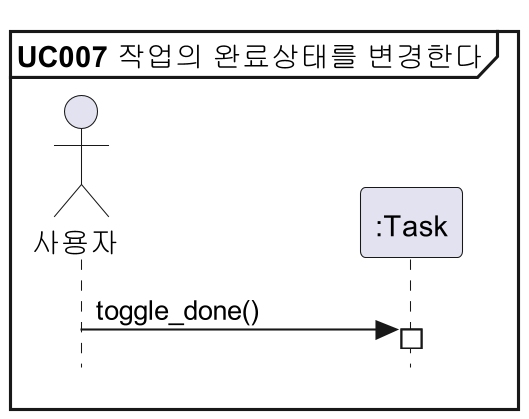
Earlier version of the PlantUML export docs/설계명세서/images/seq_diag/uc007.png (parkchamchi/SoftwareEngineering2023).
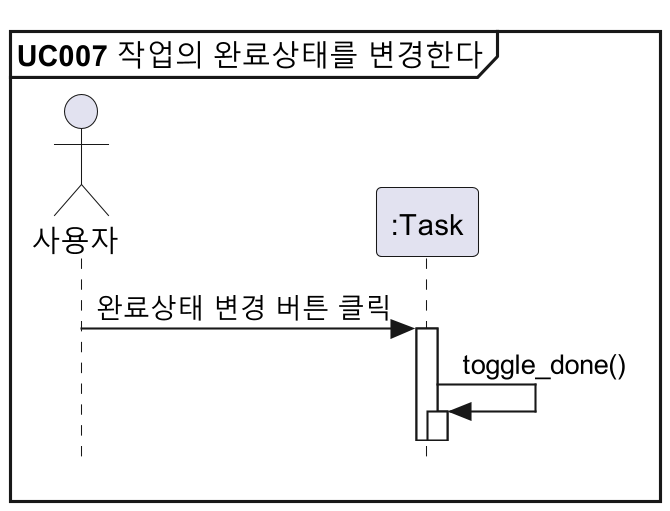
Above is the later version.

Change to the diagram source:
```diff
@@ -6,6 +6,7 @@
 actor 사용자
 participant ":Task" as Task
 
-사용자 -> Task : toggle_done()
+사용자 -> Task : 완료상태 변경 버튼 클릭
+Task -> Task : toggle_done()
 
 @enduml
```
